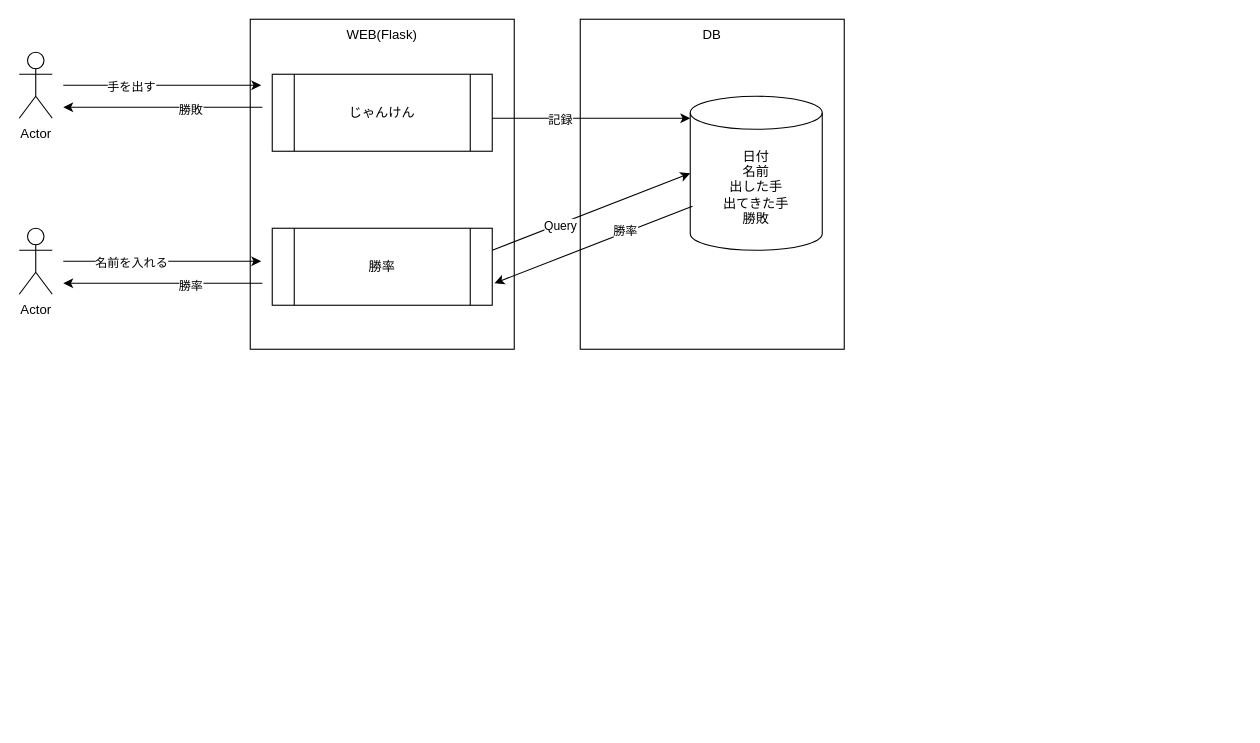
kayaru28/drawio keeps this draw.io diagram as Untitled Diagram.drawio. Above is the earlier version. Source tidied: cells renumbered, new cells numbered last; positions are measured from the earlier drawing's top-left corner, leaving out a move shared by most shapes. Both pictures are drawn from the tidied source at 110%, with x=0, y=0 at pixel (19, 19).
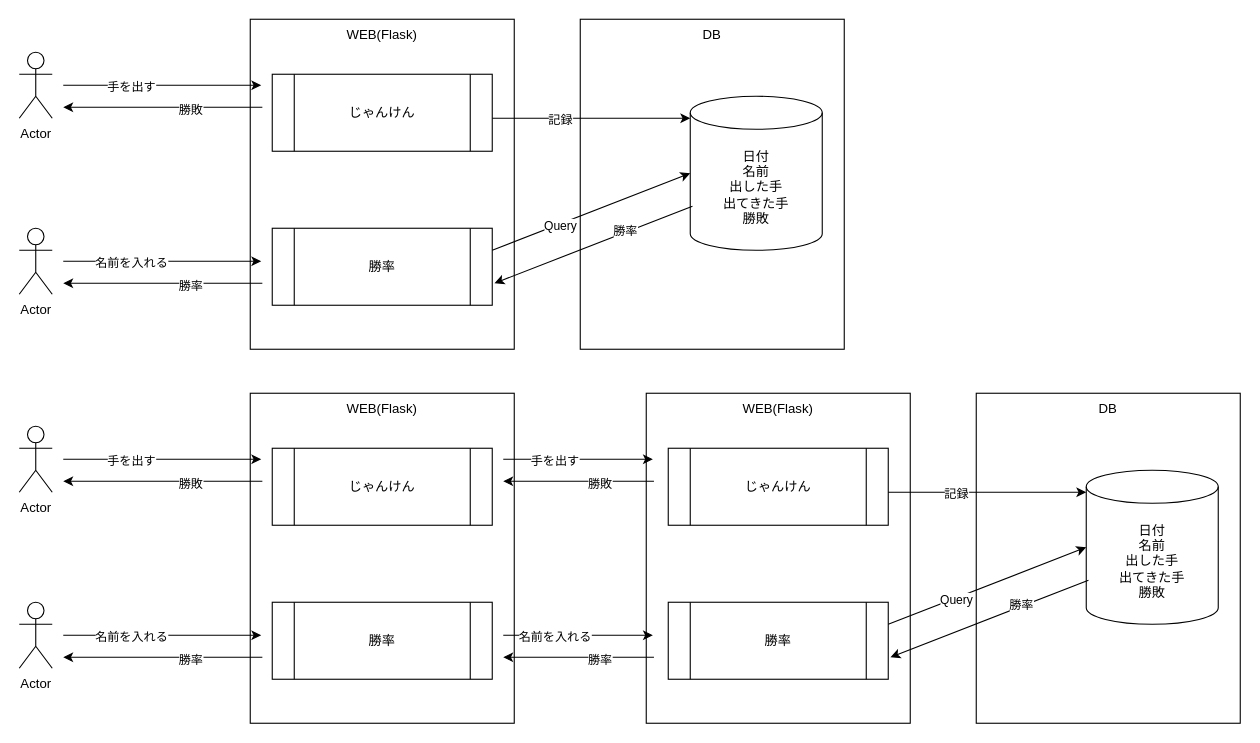
The same page after the edit.

Commit message:
create chart second stage

Diff of the diagram source:
```diff
@@
+    <mxCell id="23" value="&lt;div&gt;WEB(Flask)&lt;/div&gt;&lt;div&gt;&lt;br&gt;&lt;/div&gt;" style="rounded=0;whiteSpace=wrap;html=1;verticalAlign=top;" parent="1" vertex="1">
+      <mxGeometry x="210" y="340" width="240" height="300" as="geometry" />
+    </mxCell>
+    <mxCell id="24" value="じゃんけん" style="shape=process;whiteSpace=wrap;html=1;backgroundOutline=1;" parent="1" vertex="1">
+      <mxGeometry x="230" y="390" width="200" height="70" as="geometry" />
+    </mxCell>
+    <mxCell id="25" value="&lt;div&gt;勝率&lt;/div&gt;" style="shape=process;whiteSpace=wrap;html=1;backgroundOutline=1;" parent="1" vertex="1">
+      <mxGeometry x="230" y="530" width="200" height="70" as="geometry" />
+    </mxCell>
@@
+    <mxCell id="26" value="&lt;div&gt;WEB(Flask)&lt;/div&gt;&lt;div&gt;&lt;br&gt;&lt;/div&gt;" style="rounded=0;whiteSpace=wrap;html=1;verticalAlign=top;" parent="1" vertex="1">
+      <mxGeometry x="570" y="340" width="240" height="300" as="geometry" />
+    </mxCell>
+    <mxCell id="27" value="&lt;div&gt;DB&lt;/div&gt;" style="rounded=0;whiteSpace=wrap;html=1;verticalAlign=top;" parent="1" vertex="1">
+      <mxGeometry x="870" y="340" width="240" height="300" as="geometry" />
+    </mxCell>
+    <mxCell id="28" value="&lt;div&gt;日付&lt;/div&gt;&lt;div&gt;名前&lt;/div&gt;&lt;div&gt;出した手&lt;/div&gt;&lt;div&gt;出てきた手&lt;/div&gt;&lt;div&gt;勝敗&lt;br&gt;&lt;/div&gt;" style="shape=cylinder3;whiteSpace=wrap;html=1;boundedLbl=1;backgroundOutline=1;size=15;" parent="1" vertex="1">
+      <mxGeometry x="970" y="410" width="120" height="140" as="geometry" />
+    </mxCell>
+    <mxCell id="29" value="じゃんけん" style="shape=process;whiteSpace=wrap;html=1;backgroundOutline=1;" parent="1" vertex="1">
+      <mxGeometry x="590" y="390" width="200" height="70" as="geometry" />
+    </mxCell>
+    <mxCell id="30" value="&lt;div&gt;勝率&lt;/div&gt;" style="shape=process;whiteSpace=wrap;html=1;backgroundOutline=1;" parent="1" vertex="1">
+      <mxGeometry x="590" y="530" width="200" height="70" as="geometry" />
+    </mxCell>
+    <mxCell id="31" value="Actor" style="shape=umlActor;verticalLabelPosition=bottom;verticalAlign=top;html=1;" parent="1" vertex="1">
+      <mxGeometry y="370" width="30" height="60" as="geometry" />
+    </mxCell>
+    <mxCell id="32" value="Actor" style="shape=umlActor;verticalLabelPosition=bottom;verticalAlign=top;html=1;" parent="1" vertex="1">
+      <mxGeometry y="530" width="30" height="60" as="geometry" />
+    </mxCell>
+    <mxCell id="33" style="endArrow=classic;html=1;" parent="1" edge="1">
+      <mxGeometry relative="1" as="geometry">
+        <mxPoint x="40" y="400" as="sourcePoint" />
+        <mxPoint x="220" y="400" as="targetPoint" />
+      </mxGeometry>
+    </mxCell>
+    <mxCell id="34" value="&lt;div&gt;手を出す&lt;/div&gt;" style="edgeLabel;html=1;align=center;verticalAlign=middle;" parent="33" vertex="1">
+      <mxGeometry x="-0.32" y="-1" relative="1" as="geometry" />
+    </mxCell>
+    <mxCell id="35" style="endArrow=classic;html=1;" parent="1" edge="1">
+      <mxGeometry relative="1" as="geometry">
+        <mxPoint x="221" y="420" as="sourcePoint" />
+        <mxPoint x="40" y="420" as="targetPoint" />
+      </mxGeometry>
+    </mxCell>
+    <mxCell id="36" value="勝敗" style="edgeLabel;html=1;align=center;verticalAlign=middle;" parent="35" vertex="1">
+      <mxGeometry x="-0.27" y="2" relative="1" as="geometry" />
+    </mxCell>
+    <mxCell id="37" style="endArrow=classic;html=1;" parent="1" edge="1">
+      <mxGeometry relative="1" as="geometry">
+        <mxPoint x="790" y="430" as="sourcePoint" />
+        <mxPoint x="970" y="430" as="targetPoint" />
+      </mxGeometry>
+    </mxCell>
+    <mxCell id="38" value="記録" style="edgeLabel;html=1;align=center;verticalAlign=middle;" parent="37" vertex="1">
+      <mxGeometry x="-0.32" y="-1" relative="1" as="geometry" />
+    </mxCell>
+    <mxCell id="39" style="endArrow=classic;html=1;" parent="1" edge="1">
+      <mxGeometry relative="1" as="geometry">
+        <mxPoint x="40" y="560" as="sourcePoint" />
+        <mxPoint x="220" y="560" as="targetPoint" />
+      </mxGeometry>
+    </mxCell>
+    <mxCell id="40" value="名前を入れる" style="edgeLabel;html=1;align=center;verticalAlign=middle;" parent="39" vertex="1">
+      <mxGeometry x="-0.32" y="-1" relative="1" as="geometry" />
+    </mxCell>
+    <mxCell id="41" style="endArrow=classic;html=1;" parent="1" edge="1">
+      <mxGeometry relative="1" as="geometry">
+        <mxPoint x="221" y="580" as="sourcePoint" />
+        <mxPoint x="40" y="580" as="targetPoint" />
+      </mxGeometry>
+    </mxCell>
+    <mxCell id="42" value="勝率" style="edgeLabel;html=1;align=center;verticalAlign=middle;" parent="41" vertex="1">
+      <mxGeometry x="-0.27" y="2" relative="1" as="geometry" />
+    </mxCell>
+    <mxCell id="43" style="endArrow=classic;html=1;entryX=0;entryY=0.5;entryDx=0;entryDy=0;entryPerimeter=0;" parent="1" edge="1" target="28">
+      <mxGeometry relative="1" as="geometry">
+        <mxPoint x="790" y="550" as="sourcePoint" />
+      </mxGeometry>
+    </mxCell>
+    <mxCell id="44" value="Query" style="edgeLabel;html=1;align=center;verticalAlign=middle;" parent="43" vertex="1">
+      <mxGeometry x="-0.32" y="-1" relative="1" as="geometry" />
+    </mxCell>
+    <mxCell id="45" style="endArrow=classic;html=1;entryX=0;entryY=0.5;entryDx=0;entryDy=0;entryPerimeter=0;" parent="1" edge="1">
+      <mxGeometry relative="1" as="geometry">
+        <mxPoint x="972" y="510" as="sourcePoint" />
+        <mxPoint x="792" y="580" as="targetPoint" />
+      </mxGeometry>
+    </mxCell>
+    <mxCell id="46" value="勝率" style="edgeLabel;html=1;align=center;verticalAlign=middle;" parent="45" vertex="1">
+      <mxGeometry x="-0.32" y="-1" relative="1" as="geometry" />
+    </mxCell>
+    <mxCell id="47" style="endArrow=classic;html=1;" parent="1" edge="1">
+      <mxGeometry relative="1" as="geometry">
+        <mxPoint x="440" y="400" as="sourcePoint" />
+        <mxPoint x="576" y="400" as="targetPoint" />
+      </mxGeometry>
+    </mxCell>
+    <mxCell id="48" value="&lt;div&gt;手を出す&lt;/div&gt;" style="edgeLabel;html=1;align=center;verticalAlign=middle;" parent="47" vertex="1">
+      <mxGeometry x="-0.32" y="-1" relative="1" as="geometry" />
+    </mxCell>
+    <mxCell id="49" style="endArrow=classic;html=1;" parent="1" edge="1">
+      <mxGeometry relative="1" as="geometry">
+        <mxPoint x="577" y="420" as="sourcePoint" />
+        <mxPoint x="440" y="420" as="targetPoint" />
+      </mxGeometry>
+    </mxCell>
+    <mxCell id="50" value="勝敗" style="edgeLabel;html=1;align=center;verticalAlign=middle;" parent="49" vertex="1">
+      <mxGeometry x="-0.27" y="2" relative="1" as="geometry" />
+    </mxCell>
+    <mxCell id="51" style="endArrow=classic;html=1;" parent="1" edge="1">
+      <mxGeometry relative="1" as="geometry">
+        <mxPoint x="440" y="560" as="sourcePoint" />
+        <mxPoint x="576" y="560" as="targetPoint" />
+      </mxGeometry>
+    </mxCell>
+    <mxCell id="52" value="名前を入れる" style="edgeLabel;html=1;align=center;verticalAlign=middle;" parent="51" vertex="1">
+      <mxGeometry x="-0.32" y="-1" relative="1" as="geometry" />
+    </mxCell>
+    <mxCell id="53" style="endArrow=classic;html=1;" parent="1" edge="1">
+      <mxGeometry relative="1" as="geometry">
+        <mxPoint x="577" y="580" as="sourcePoint" />
+        <mxPoint x="440" y="580" as="targetPoint" />
+      </mxGeometry>
+    </mxCell>
+    <mxCell id="54" value="勝率" style="edgeLabel;html=1;align=center;verticalAlign=middle;" parent="53" vertex="1">
+      <mxGeometry x="-0.27" y="2" relative="1" as="geometry" />
+    </mxCell>
```
